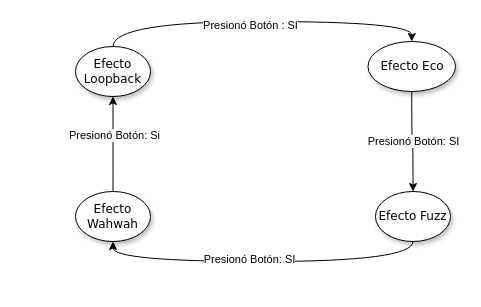
Above: diagrama de estados efectos.drawio in jrosmirez94/Pedal-Multiefecto (draw.io), before the change. Source tidied: cells renumbered, new cells numbered last; positions are measured from the earlier drawing's top-left corner, leaving out a move shared by most shapes. Both pictures are drawn from the tidied source at 100%, with x=0, y=0 at pixel (75, 41).
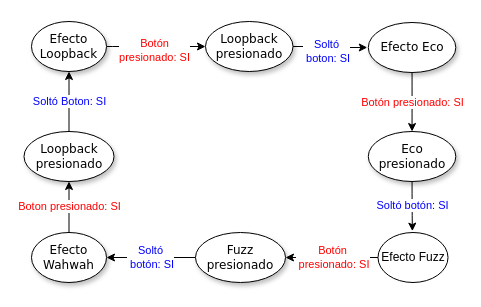
After the change.

What changed in the source:
```diff
@@
-    <mxCell id="2" value="Presionó Botón: SI" style="edgeStyle=orthogonalEdgeStyle;curved=1;rounded=0;jettySize=auto;html=1;entryX=0.5;entryY=0;entryDx=0;entryDy=0;" parent="1" edge="1" source="3" target="6">
-      <mxGeometry relative="1" as="geometry">
-        <Array as="points">
-          <mxPoint x="336" y="100" />
-          <mxPoint x="338" y="100" />
-        </Array>
-      </mxGeometry>
-    </mxCell>
+    <mxCell id="13" value="&lt;font color=&quot;#ff0000&quot;&gt;Botón presionado: SI&lt;/font&gt;" style="edgeStyle=orthogonalEdgeStyle;curved=1;rounded=0;jettySize=auto;html=1;entryX=0.5;entryY=0;entryDx=0;entryDy=0;" parent="1" edge="1" source="3" target="19">
+      <mxGeometry relative="1" as="geometry" />
+    </mxCell>
     <mxCell id="3" value="Efecto Eco" style="ellipse;whiteSpace=wrap;html=1;rounded=0;shadow=1;comic=0;labelBackgroundColor=none;strokeWidth=1;fontFamily=Verdana;fontSize=12;align=center;" parent="1" vertex="1">
-      <mxGeometry x="292.5" width="87.5" height="50" as="geometry" />
+      <mxGeometry x="292.8" y="-19" width="87.5" height="50" as="geometry" />
     </mxCell>
-    <mxCell id="4" style="edgeStyle=orthogonalEdgeStyle;curved=1;rounded=0;jettySize=auto;html=1;entryX=0.5;entryY=1;entryDx=0;entryDy=0;exitX=0.5;exitY=1;exitDx=0;exitDy=0;" parent="1" edge="1" source="6" target="12">
-      <mxGeometry relative="1" as="geometry" />
-    </mxCell>
-    <mxCell id="5" value="Presionó Botón: SI" style="edgeLabel;html=1;align=center;verticalAlign=middle;" parent="4" vertex="1">
-      <mxGeometry x="0.08" y="-3" relative="1" as="geometry" />
-    </mxCell>
-    <mxCell id="6" value="&lt;span&gt;Efecto Fuzz&lt;/span&gt;" style="ellipse;whiteSpace=wrap;html=1;rounded=0;shadow=1;comic=0;labelBackgroundColor=none;strokeWidth=1;fontFamily=Verdana;fontSize=12;align=center;" parent="1" vertex="1">
-      <mxGeometry x="300" y="150" width="75" height="50" as="geometry" />
-    </mxCell>
-    <mxCell id="7" style="edgeStyle=orthogonalEdgeStyle;curved=1;rounded=0;jettySize=auto;html=1;entryX=0.5;entryY=0;entryDx=0;entryDy=0;exitX=0.5;exitY=0;exitDx=0;exitDy=0;" parent="1" edge="1" source="9" target="3">
+    <mxCell id="7" style="edgeStyle=orthogonalEdgeStyle;rounded=0;jettySize=auto;html=1;exitX=1;exitY=0.5;exitDx=0;exitDy=0;curved=1;entryX=0;entryY=0.5;entryDx=0;entryDy=0;" parent="1" edge="1" source="9" target="17">
       <mxGeometry relative="1" as="geometry" />
     </mxCell>
-    <mxCell id="8" value="Presionó Botón : SI" style="edgeLabel;html=1;align=center;verticalAlign=middle;" parent="7" vertex="1">
+    <mxCell id="8" value="Botón &lt;br&gt;presionado: SI" style="edgeLabel;html=1;align=center;verticalAlign=middle;fontColor=#FF0000;" parent="7" vertex="1">
       <mxGeometry x="-0.06" y="-3" relative="1" as="geometry" />
     </mxCell>
     <mxCell id="9" value="Efecto Loopback" style="ellipse;whiteSpace=wrap;html=1;rounded=0;shadow=1;comic=0;labelBackgroundColor=none;strokeWidth=1;fontFamily=Verdana;fontSize=12;align=center;" parent="1" vertex="1">
-      <mxGeometry y="5" width="75" height="50" as="geometry" />
+      <mxGeometry x="-44" y="-20" width="75" height="50" as="geometry" />
     </mxCell>
-    <mxCell id="10" style="edgeStyle=orthogonalEdgeStyle;curved=1;rounded=0;jettySize=auto;html=1;entryX=0.5;entryY=1;entryDx=0;entryDy=0;" parent="1" edge="1" source="12" target="9">
-      <mxGeometry relative="1" as="geometry" />
-    </mxCell>
-    <mxCell id="11" value="Presionó Botón: Si" style="edgeLabel;html=1;align=center;verticalAlign=middle;" parent="10" vertex="1">
-      <mxGeometry x="0.2" y="-1" relative="1" as="geometry" />
-    </mxCell>
+    <mxCell id="14" value="&lt;font color=&quot;#ff0000&quot;&gt;Boton presionado: SI&lt;/font&gt;" style="edgeStyle=orthogonalEdgeStyle;rounded=0;jettySize=auto;html=1;entryX=0.5;entryY=1;entryDx=0;entryDy=0;" parent="1" edge="1" source="12" target="24">
+      <mxGeometry relative="1" as="geometry" />
+    </mxCell>
     <mxCell id="12" value="&lt;span&gt;Efecto Wahwah&lt;/span&gt;" style="ellipse;whiteSpace=wrap;html=1;rounded=0;shadow=1;comic=0;labelBackgroundColor=none;strokeWidth=1;fontFamily=Verdana;fontSize=12;align=center;" parent="1" vertex="1">
-      <mxGeometry y="150" width="75" height="50" as="geometry" />
+      <mxGeometry x="-44" y="191" width="75" height="50" as="geometry" />
     </mxCell>
+    <mxCell id="15" style="edgeStyle=entityRelationEdgeStyle;rounded=0;orthogonalLoop=1;jettySize=auto;html=1;entryX=0;entryY=0.5;entryDx=0;entryDy=0;" parent="1" edge="1">
+      <mxGeometry relative="1" as="geometry">
+        <mxPoint x="216.5" y="5" as="sourcePoint" />
+        <mxPoint x="291.8" y="6" as="targetPoint" />
+      </mxGeometry>
+    </mxCell>
+    <mxCell id="16" value="&lt;font color=&quot;#0000ff&quot;&gt;Soltó&lt;br&gt;&amp;nbsp;boton: SI&lt;/font&gt;" style="edgeLabel;html=1;align=center;verticalAlign=middle;" parent="15" vertex="1">
+      <mxGeometry x="-0.11" y="-4" relative="1" as="geometry" />
+    </mxCell>
+    <mxCell id="17" value="Loopback presionado" style="ellipse;whiteSpace=wrap;html=1;rounded=0;shadow=1;comic=0;labelBackgroundColor=none;strokeWidth=1;fontFamily=Verdana;fontSize=12;align=center;" parent="1" vertex="1">
+      <mxGeometry x="130" y="-20" width="87.5" height="50" as="geometry" />
+    </mxCell>
+    <mxCell id="18" value="&lt;font color=&quot;#0000ff&quot;&gt;Soltó botón: SI&lt;/font&gt;" style="edgeStyle=orthogonalEdgeStyle;curved=1;rounded=0;jettySize=auto;html=1;entryX=0.491;entryY=-0.027;entryDx=0;entryDy=0;entryPerimeter=0;" parent="1" edge="1" source="19" target="6">
+      <mxGeometry x="-0.02" relative="1" as="geometry" />
+    </mxCell>
+    <mxCell id="19" value="Eco presionado" style="ellipse;whiteSpace=wrap;html=1;rounded=0;shadow=1;comic=0;labelBackgroundColor=none;strokeWidth=1;fontFamily=Verdana;fontSize=12;align=center;" parent="1" vertex="1">
+      <mxGeometry x="292.8" y="90" width="87.5" height="50" as="geometry" />
+    </mxCell>
+    <mxCell id="20" value="&lt;font color=&quot;#0000ff&quot;&gt;Soltó&lt;br&gt;&amp;nbsp;botón: SI&lt;/font&gt;" style="edgeStyle=orthogonalEdgeStyle;rounded=0;jettySize=auto;html=1;entryX=1;entryY=0.5;entryDx=0;entryDy=0;" parent="1" edge="1" source="21" target="12">
+      <mxGeometry relative="1" as="geometry" />
+    </mxCell>
+    <mxCell id="21" value="&lt;span&gt;Fuzz presionado&lt;/span&gt;" style="ellipse;whiteSpace=wrap;html=1;rounded=0;shadow=1;comic=0;labelBackgroundColor=none;strokeWidth=1;fontFamily=Verdana;fontSize=12;align=center;" parent="1" vertex="1">
+      <mxGeometry x="120" y="191" width="90" height="50" as="geometry" />
+    </mxCell>
+    <mxCell id="22" value="&lt;font color=&quot;#ff0000&quot;&gt;Botón&lt;br&gt;&amp;nbsp;presionado: SI&lt;/font&gt;" style="edgeStyle=orthogonalEdgeStyle;rounded=0;jettySize=auto;html=1;entryX=1;entryY=0.5;entryDx=0;entryDy=0;" parent="1" edge="1" source="6" target="21">
+      <mxGeometry relative="1" as="geometry" />
+    </mxCell>
+    <mxCell id="6" value="Efecto Fuzz" style="ellipse;whiteSpace=wrap;html=1;" parent="1" vertex="1">
+      <mxGeometry x="302.5" y="191" width="70" height="50" as="geometry" />
+    </mxCell>
+    <mxCell id="23" value="&lt;font color=&quot;#0000ff&quot;&gt;Soltó Boton: SI&lt;/font&gt;" style="edgeStyle=orthogonalEdgeStyle;rounded=0;jettySize=auto;html=1;entryX=0.5;entryY=1;entryDx=0;entryDy=0;" parent="1" edge="1" source="24" target="9">
+      <mxGeometry relative="1" as="geometry" />
+    </mxCell>
+    <mxCell id="24" value="&lt;span&gt;Loopback presionado&lt;br&gt;&lt;/span&gt;" style="ellipse;whiteSpace=wrap;html=1;rounded=0;shadow=1;comic=0;labelBackgroundColor=none;strokeWidth=1;fontFamily=Verdana;fontSize=12;align=center;" parent="1" vertex="1">
+      <mxGeometry x="-51.5" y="90" width="90" height="50" as="geometry" />
+    </mxCell>
```
